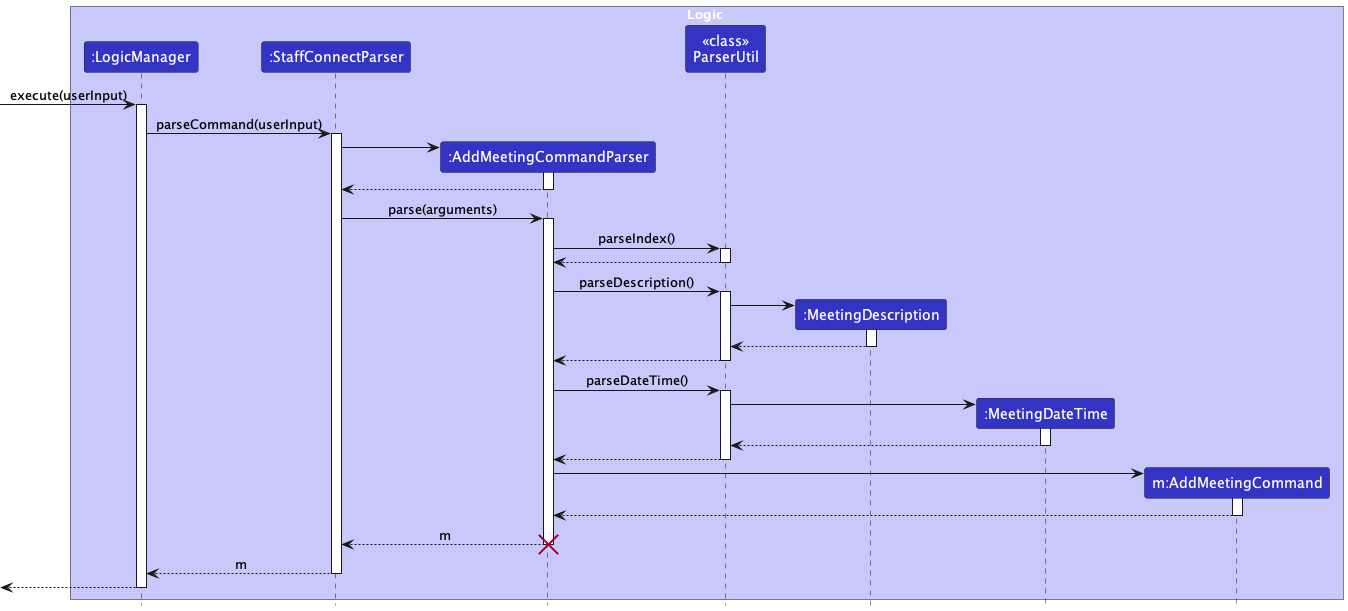
Above: docs/images/AddMeetingParserSequenceDiagram.png in whitesnowx/tp (PlantUML), before the change.
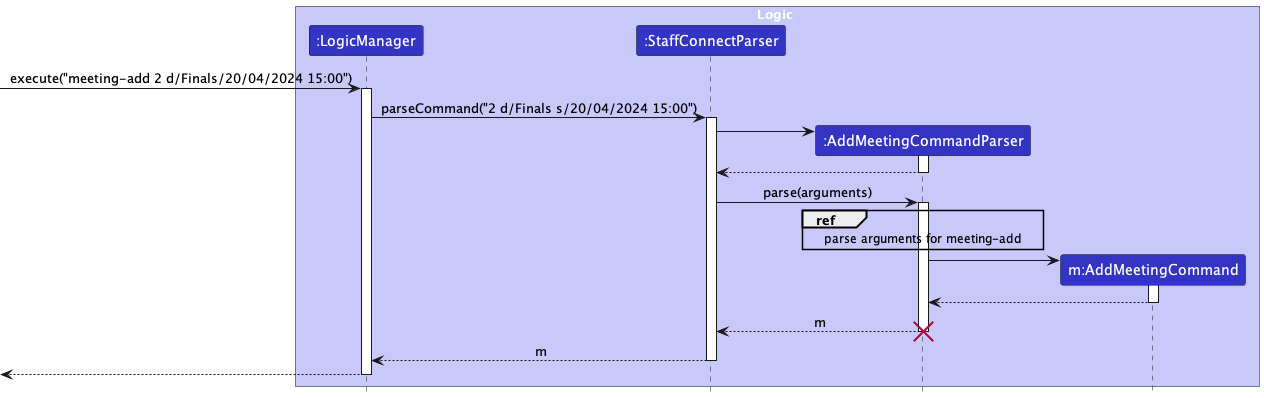
After the commit.

Commit message:
Add new reference for meeting-add parser

What changed in the source:
```diff
@@ -6,19 +6,16 @@
 participant ":LogicManager" as LogicManager LOGIC_COLOR
 participant ":StaffConnectParser" as StaffConnectParser LOGIC_COLOR
 participant ":AddMeetingCommandParser" as AddMeetingCommandParser LOGIC_COLOR
-participant "<<class>>\nParserUtil" as ParserUtil LOGIC_COLOR
-participant ":MeetingDescription" as MeetingDescription LOGIC_COLOR
-participant ":MeetingDateTime" as MeetingDateTime LOGIC_COLOR
 participant "m:AddMeetingCommand" as AddMeetingCommand LOGIC_COLOR
 
 
 end box
 
 
-[-> LogicManager : execute(userInput)
+[-> LogicManager : execute("meeting-add 2 d/Finals/20/04/2024 15:00")
 activate LogicManager
 
-LogicManager -> StaffConnectParser : parseCommand(userInput)
+LogicManager -> StaffConnectParser : parseCommand("2 d/Finals s/20/04/2024 15:00")
 activate StaffConnectParser
 
 create AddMeetingCommandParser
@@ -28,28 +25,11 @@
 AddMeetingCommandParser --> StaffConnectParser
 deactivate AddMeetingCommandParser
 
+
 StaffConnectParser -> AddMeetingCommandParser : parse(arguments)
 activate AddMeetingCommandParser
+ref over AddMeetingCommandParser : parse arguments for meeting-add
 
-
-AddMeetingCommandParser -> ParserUtil : parseIndex()
-activate ParserUtil
-return
-
-AddMeetingCommandParser -> ParserUtil : parseDescription()
-activate ParserUtil
-
-create MeetingDescription
-ParserUtil -> MeetingDescription++
-return
-return
-
-AddMeetingCommandParser -> ParserUtil : parseDateTime()
-activate ParserUtil
-create MeetingDateTime
-ParserUtil -> MeetingDateTime++
-return
-return
 
 create AddMeetingCommand
 AddMeetingCommandParser -> AddMeetingCommand++
```
